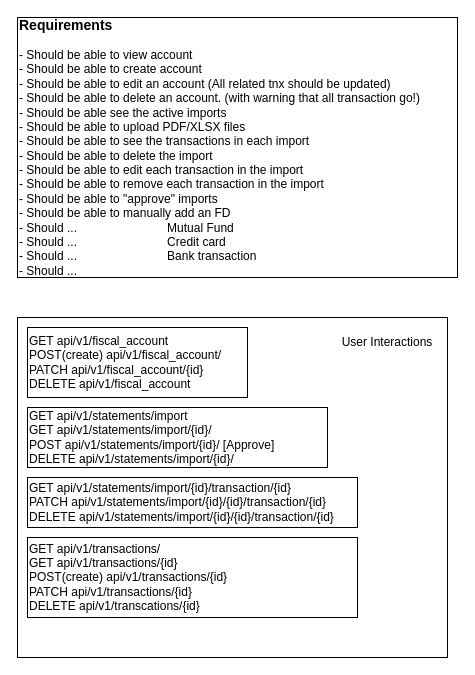
Above: docs/design/endpoints.drawio in financial-footprints/NetworthHTTP (draw.io), before the change. Source tidied: cells renumbered, new cells numbered last; positions are measured from the earlier drawing's top-left corner, leaving out a move shared by most shapes. Both pictures are drawn from the tidied source at 100%, with x=0, y=0 at pixel (17, 17).
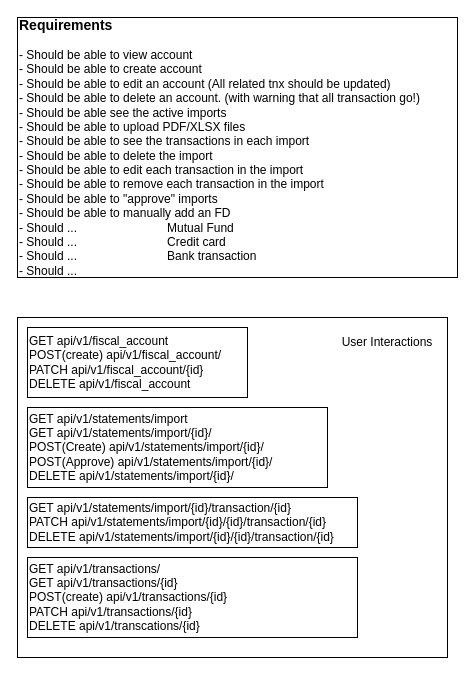
After the change.

Change to the diagram source:
```diff
@@
 <mxGraphModel>
   <root>
     <mxCell id="0" />
     <mxCell id="1" parent="0" />
     <mxCell id="2" value="&lt;div align=&quot;left&quot;&gt;&lt;font style=&quot;font-size: 14px;&quot;&gt;&lt;b&gt;Requirements&lt;br&gt;&lt;/b&gt;&lt;/font&gt;&lt;br&gt;- Should be able to view account&lt;br&gt;- Should be able to create account&lt;br&gt;- Should be able to edit an account (All related tnx should be updated)&lt;br&gt;- Should be able to delete an account. (with warning that all transaction go!)&lt;br&gt;- Should be able see the active imports&lt;br&gt;- Should be able to upload PDF/XLSX files&lt;br&gt;- Should be able to see the transactions in each import&lt;br&gt;- Should be able to delete the import&lt;br&gt;- Should be able to edit each transaction in the import&lt;/div&gt;&lt;div align=&quot;left&quot;&gt;- Should be able to remove each transaction in the import&lt;br&gt;- Should be able to &quot;approve&quot; imports&lt;br&gt;- Should be able to manually add an FD&lt;br&gt;- Should ...&amp;nbsp;&amp;nbsp;&amp;nbsp;&amp;nbsp;&amp;nbsp;&amp;nbsp;&amp;nbsp;&amp;nbsp;&amp;nbsp;&amp;nbsp;&amp;nbsp;&amp;nbsp;&amp;nbsp;&amp;nbsp;&amp;nbsp;&amp;nbsp;&amp;nbsp;&amp;nbsp;&amp;nbsp;&amp;nbsp;&amp;nbsp;&amp;nbsp;&amp;nbsp;&amp;nbsp;&amp;nbsp;&amp;nbsp; Mutual Fund&lt;br&gt;- Should ...&amp;nbsp;&amp;nbsp;&amp;nbsp;&amp;nbsp;&amp;nbsp;&amp;nbsp;&amp;nbsp;&amp;nbsp;&amp;nbsp;&amp;nbsp;&amp;nbsp;&amp;nbsp;&amp;nbsp;&amp;nbsp;&amp;nbsp;&amp;nbsp;&amp;nbsp;&amp;nbsp;&amp;nbsp;&amp;nbsp;&amp;nbsp;&amp;nbsp;&amp;nbsp;&amp;nbsp;&amp;nbsp;&amp;nbsp; Credit card&lt;br&gt;- Should ...&amp;nbsp;&amp;nbsp;&amp;nbsp;&amp;nbsp;&amp;nbsp;&amp;nbsp;&amp;nbsp;&amp;nbsp;&amp;nbsp;&amp;nbsp;&amp;nbsp;&amp;nbsp;&amp;nbsp;&amp;nbsp;&amp;nbsp;&amp;nbsp;&amp;nbsp;&amp;nbsp;&amp;nbsp;&amp;nbsp;&amp;nbsp;&amp;nbsp;&amp;nbsp;&amp;nbsp;&amp;nbsp;&amp;nbsp; Bank transaction&lt;br&gt;- Should ...&amp;nbsp;&amp;nbsp;&amp;nbsp;&amp;nbsp;&amp;nbsp;&amp;nbsp;&amp;nbsp;&amp;nbsp;&amp;nbsp;&amp;nbsp;&amp;nbsp;&amp;nbsp;&amp;nbsp;&amp;nbsp;&amp;nbsp;&amp;nbsp;&amp;nbsp;&amp;nbsp;&amp;nbsp;&amp;nbsp;&amp;nbsp;&amp;nbsp;&amp;nbsp;&amp;nbsp;&amp;nbsp;&amp;nbsp; &lt;/div&gt;" style="rounded=0;whiteSpace=wrap;html=1;align=left;" parent="1" vertex="1">
       <mxGeometry width="440" height="260" as="geometry" />
     </mxCell>
     <mxCell id="3" style="rounded=0;whiteSpace=wrap;html=1;" parent="1" vertex="1">
       <mxGeometry y="300" width="430" height="340" as="geometry" />
     </mxCell>
     <mxCell id="4" value="&lt;div align=&quot;left&quot;&gt;GET api/v1/fiscal_account&lt;br&gt;POST(create) api/v1/fiscal_account/&lt;br&gt;PATCH api/v1/fiscal_account/{id}&lt;br&gt;DELETE api/v1/fiscal_account&lt;/div&gt;" style="rounded=0;whiteSpace=wrap;html=1;align=left;" parent="1" vertex="1">
       <mxGeometry x="10" y="310" width="220" height="70" as="geometry" />
     </mxCell>
-    <mxCell id="5" value="GET api/v1/statements/import&lt;br&gt;&lt;div align=&quot;left&quot;&gt;GET api/v1/statements/import/{id}/&lt;br&gt;POST api/v1/statements/import/{id}/ [Approve]&lt;br&gt;&lt;/div&gt;DELETE api/v1/statements/import/{id}/" style="rounded=0;whiteSpace=wrap;html=1;align=left;" parent="1" vertex="1">
-      <mxGeometry x="10" y="390" width="300" height="60" as="geometry" />
+    <mxCell id="5" value="GET api/v1/statements/import&lt;br&gt;&lt;div align=&quot;left&quot;&gt;GET api/v1/statements/import/{id}/&lt;br&gt;POST(Create) api/v1/statements/import/{id}/&lt;br&gt;POST(Approve) api/v1/statements/import/{id}/&lt;/div&gt;DELETE api/v1/statements/import/{id}/" style="rounded=0;whiteSpace=wrap;html=1;align=left;" parent="1" vertex="1">
+      <mxGeometry x="10" y="390" width="300" height="80" as="geometry" />
     </mxCell>
     <mxCell id="6" value="&lt;div align=&quot;left&quot;&gt;GET api/v1/statements/import/{id}/transaction/{id}&lt;br&gt;&lt;/div&gt;PATCH api/v1/statements/import/{id}/{id}/transaction/{id}&lt;br&gt;DELETE api/v1/statements/import/{id}/{id}/transaction/{id}" style="rounded=0;whiteSpace=wrap;html=1;align=left;" parent="1" vertex="1">
-      <mxGeometry x="10" y="460" width="330" height="50" as="geometry" />
+      <mxGeometry x="10" y="480" width="330" height="50" as="geometry" />
     </mxCell>
     <mxCell id="7" value="&lt;div align=&quot;left&quot;&gt;GET api/v1/transactions/&lt;/div&gt;GET api/v1/transactions/{id}&lt;br&gt;POST(create) api/v1/transactions/{id}&lt;br&gt;PATCH api/v1/transactions/{id}&lt;div&gt;DELETE api/v1/transcations/{id}&lt;br&gt;&lt;/div&gt;" style="rounded=0;whiteSpace=wrap;html=1;align=left;" parent="1" vertex="1">
-      <mxGeometry x="10" y="520" width="330" height="80" as="geometry" />
+      <mxGeometry x="10" y="540" width="330" height="80" as="geometry" />
     </mxCell>
     <mxCell id="8" value="User Interactions" style="text;html=1;align=center;verticalAlign=middle;whiteSpace=wrap;rounded=0;" parent="1" vertex="1">
       <mxGeometry x="320" y="310" width="100" height="30" as="geometry" />
     </mxCell>
   </root>
 </mxGraphModel>
```
